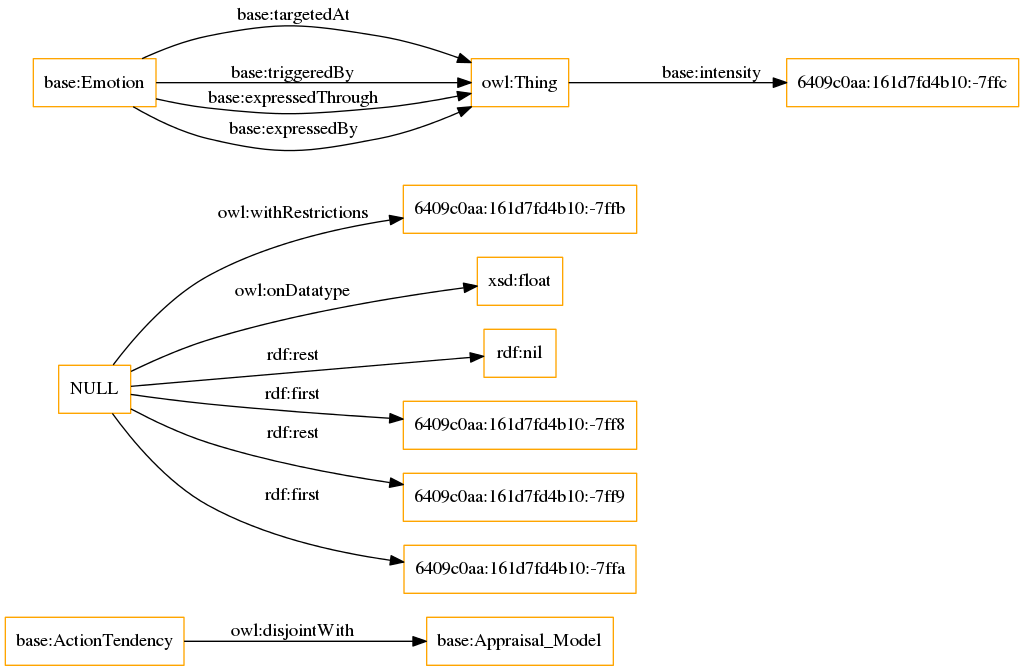
This is OnToology/HEO.owl/diagrams/ar2dtool-class/HEO.owl.png from rana-othman/Huam-Affective-States-and-their-influences-Ontology-HASIO, a Graphviz export, as it was before one commit. Its source is kept beside it as OnToology/HEO.owl/diagrams/ar2dtool-class/HEO.owl.png.dot.
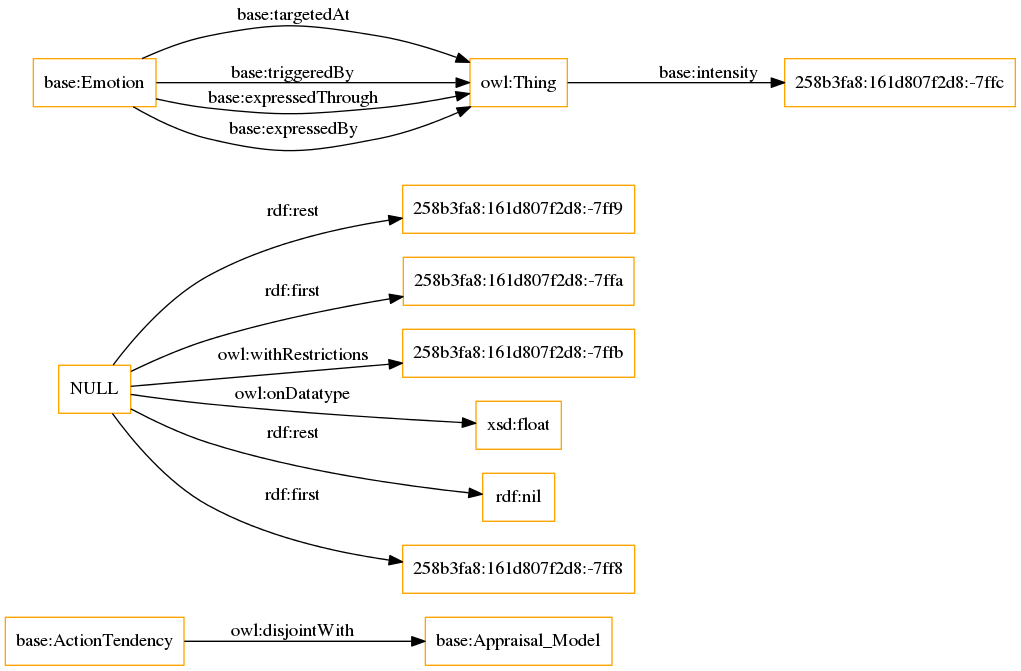
The same file after the commit.

What changed in the source:
```diff
@@ -3,14 +3,14 @@
 size="1501"
 node [shape = rectangle, color="orange"]; "base:ActionTendency" "base:Appraisal_Model" ; /*classes style*/
 	"base:ActionTendency" -> "base:Appraisal_Model" [ label = "owl:disjointWith" ];
-	"NULL" -> "6409c0aa:161d7fd4b10:-7ffb" [ label = "owl:withRestrictions" ];
+	"NULL" -> "258b3fa8:161d807f2d8:-7ff9" [ label = "rdf:rest" ];
+	"NULL" -> "258b3fa8:161d807f2d8:-7ffa" [ label = "rdf:first" ];
+	"NULL" -> "258b3fa8:161d807f2d8:-7ffb" [ label = "owl:withRestrictions" ];
 	"NULL" -> "xsd:float" [ label = "owl:onDatatype" ];
 	"NULL" -> "rdf:nil" [ label = "rdf:rest" ];
-	"NULL" -> "6409c0aa:161d7fd4b10:-7ff8" [ label = "rdf:first" ];
-	"NULL" -> "6409c0aa:161d7fd4b10:-7ff9" [ label = "rdf:rest" ];
-	"NULL" -> "6409c0aa:161d7fd4b10:-7ffa" [ label = "rdf:first" ];
+	"NULL" -> "258b3fa8:161d807f2d8:-7ff8" [ label = "rdf:first" ];
 	"base:Emotion" -> "owl:Thing" [ label = "base:targetedAt" ];
-	"owl:Thing" -> "6409c0aa:161d7fd4b10:-7ffc" [ label = "base:intensity" ];
+	"owl:Thing" -> "258b3fa8:161d807f2d8:-7ffc" [ label = "base:intensity" ];
 	"base:Emotion" -> "owl:Thing" [ label = "base:triggeredBy" ];
 	"base:Emotion" -> "owl:Thing" [ label = "base:expressedThrough" ];
 	"base:Emotion" -> "owl:Thing" [ label = "base:expressedBy" ];
```
